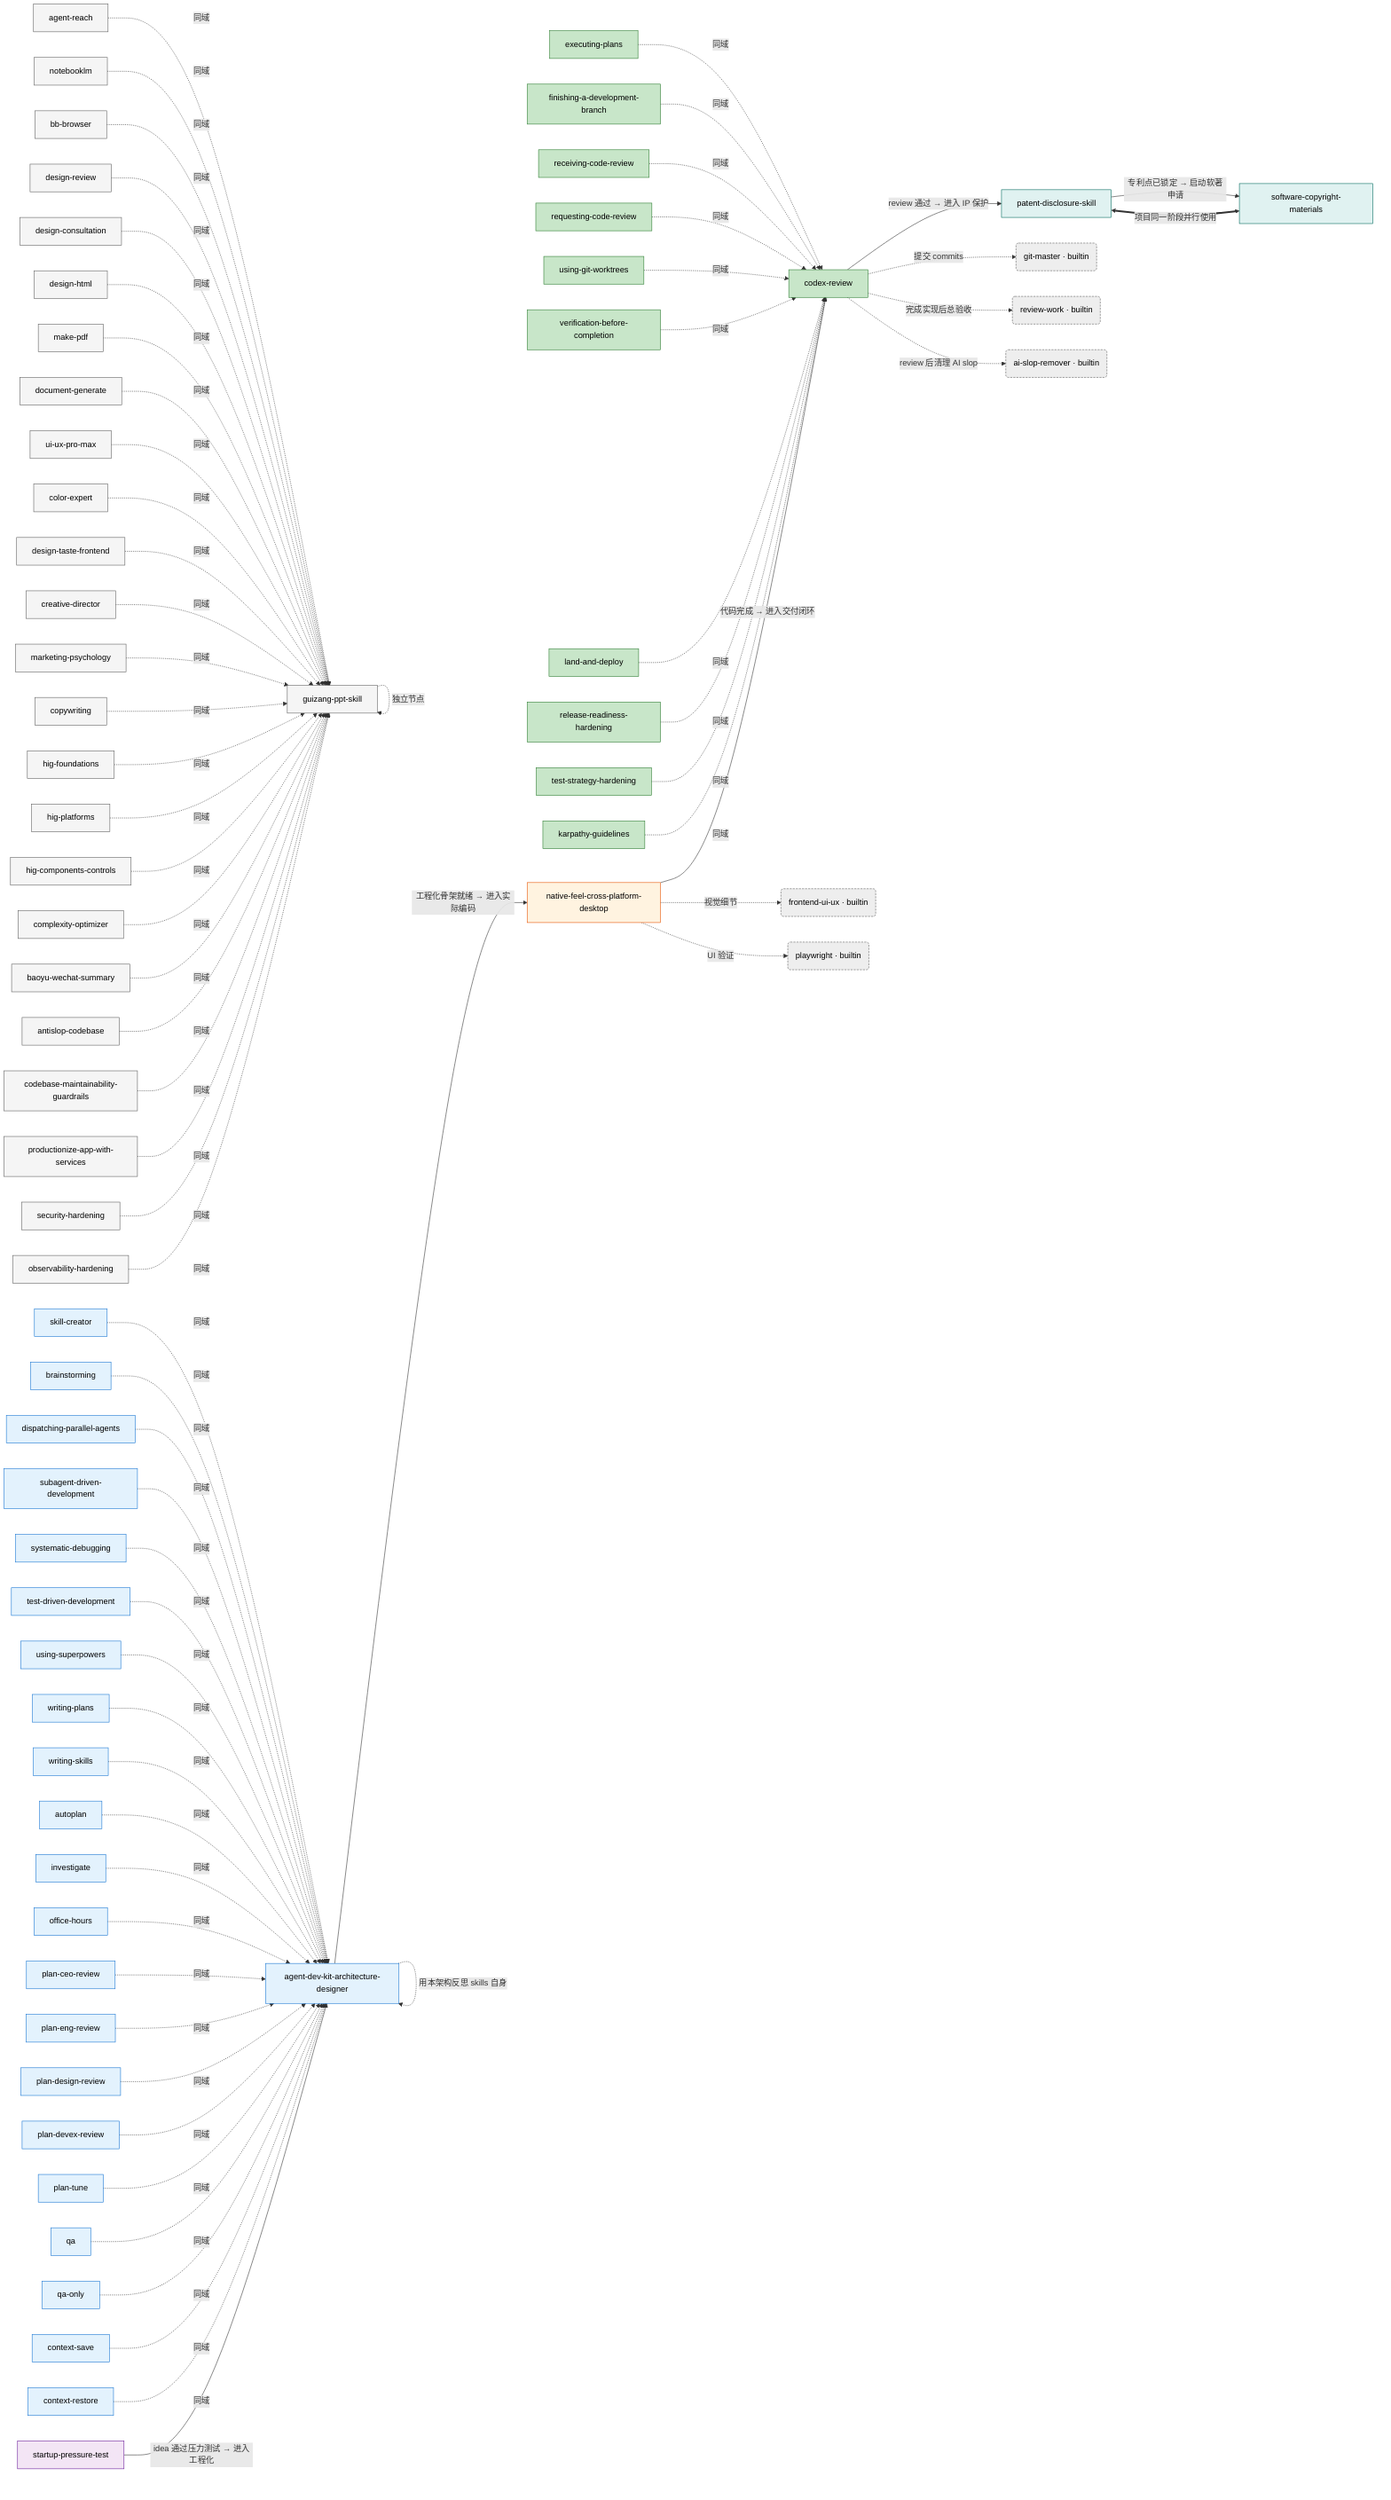
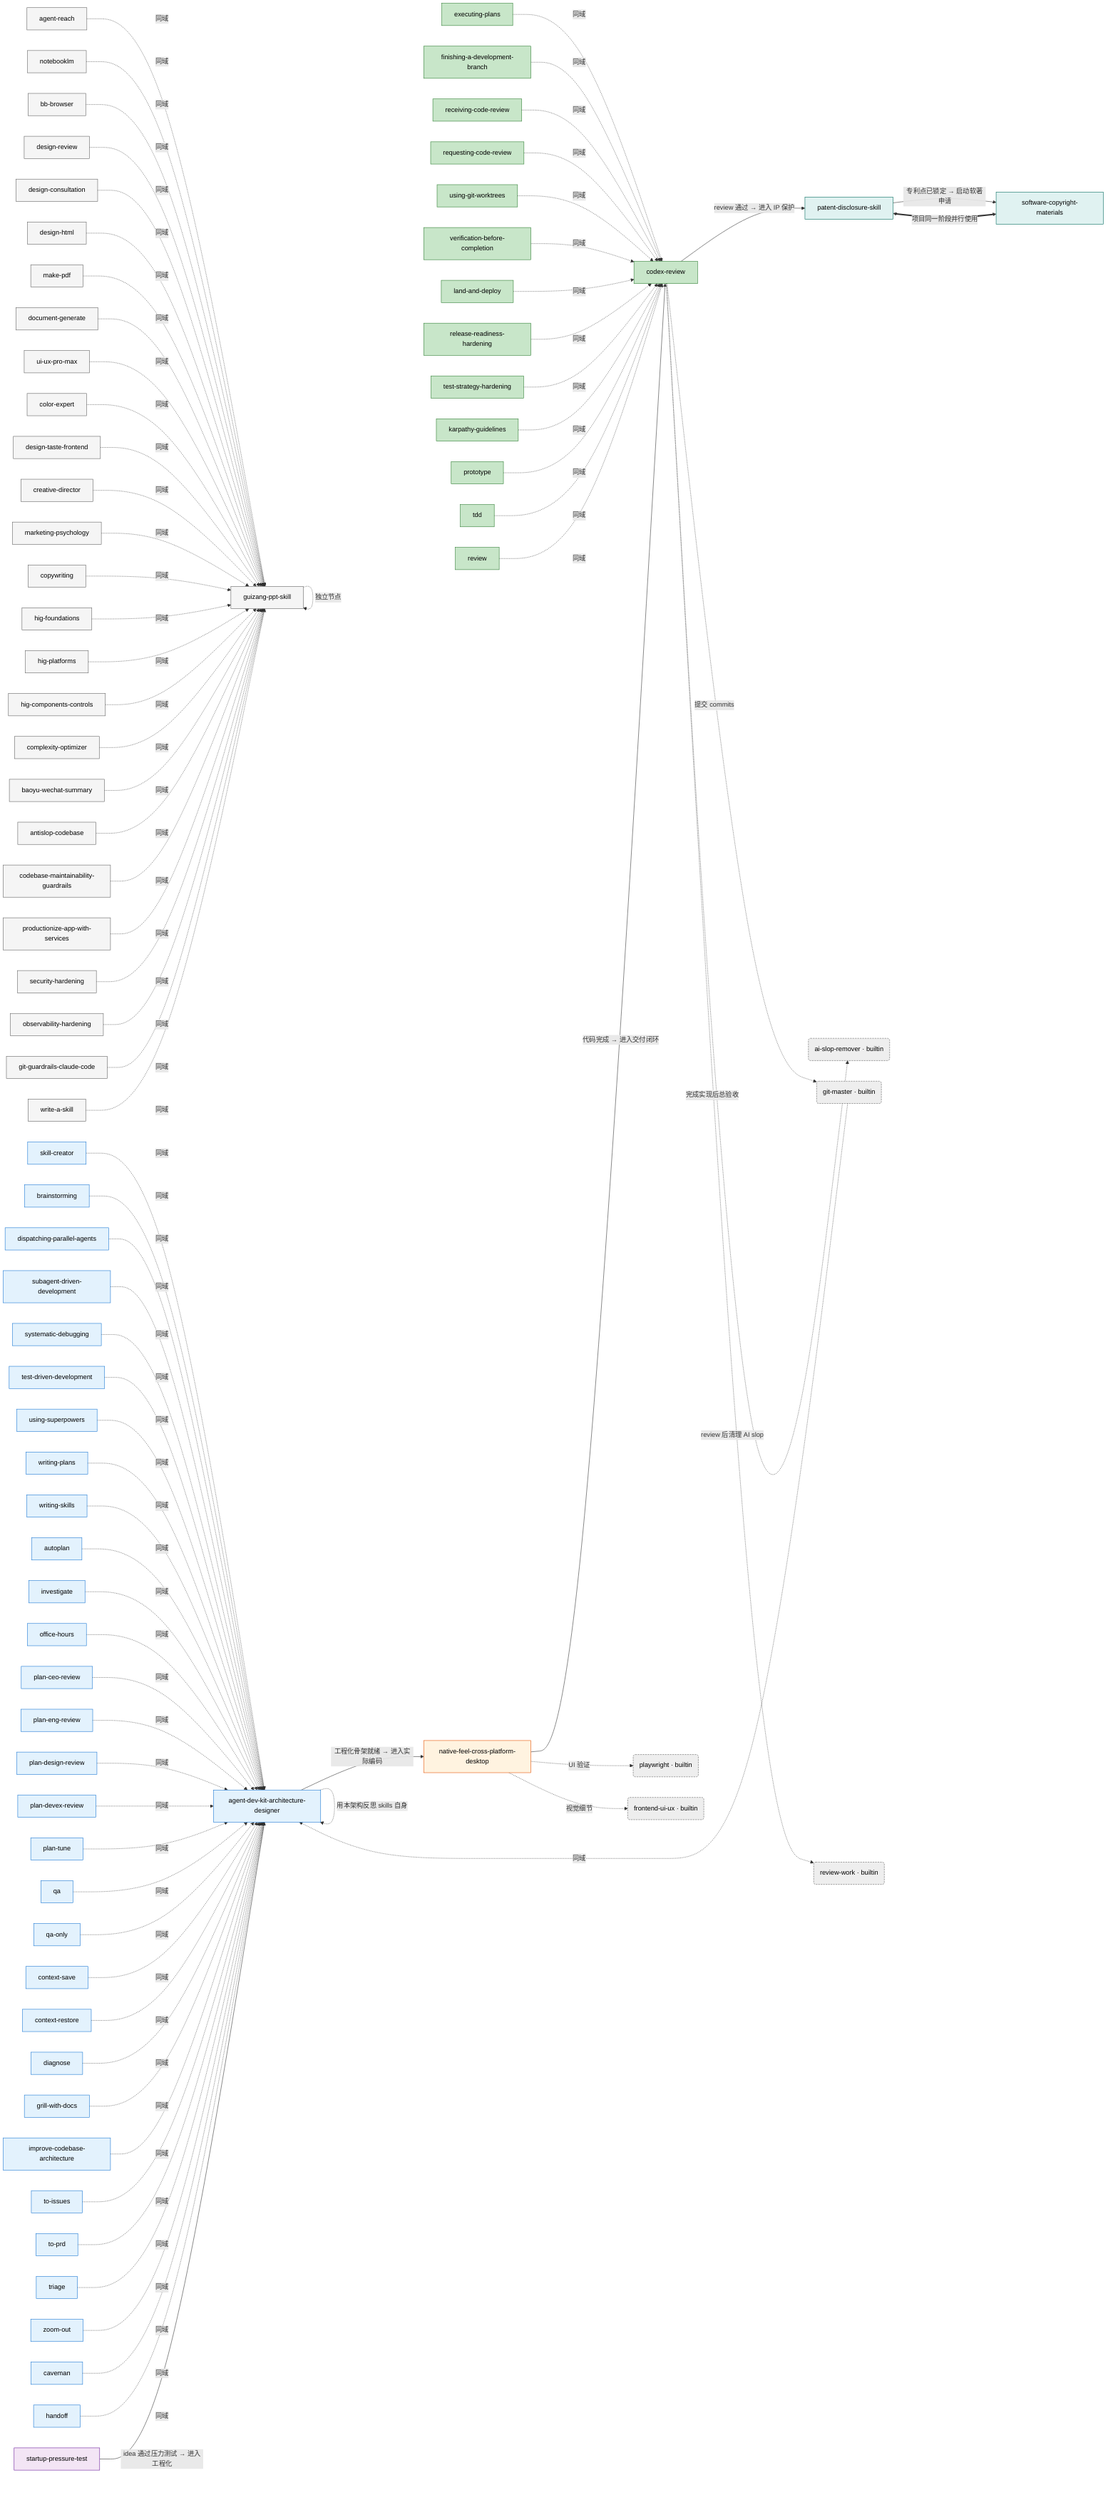
flowchart LR
    %% Class definitions for color coding
    classDef metaDomain fill:#e3f2fd,stroke:#1976d2,color:#000
    classDef closeoutDomain fill:#c8e6c9,stroke:#2e7d32,color:#000
    classDef desktopDomain fill:#fff3e0,stroke:#e65100,color:#000
    classDef founderDomain fill:#f3e5f5,stroke:#6a1b9a,color:#000
    classDef ipDomain fill:#e0f2f1,stroke:#00695c,color:#000
    classDef builtin fill:#eeeeee,stroke:#616161,color:#000,stroke-dasharray: 4 2
    classDef toolingDomain fill:#f5f5f5,stroke:#616161,color:#000

    %% Domain 1 - Meta
    ADK[agent-dev-kit-architecture-designer]:::metaDomain
    SC[skill-creator]:::metaDomain
    B[brainstorming]:::metaDomain
    DPA[dispatching-parallel-agents]:::metaDomain
    SDD[subagent-driven-development]:::metaDomain
    SD[systematic-debugging]:::metaDomain
    TDD[test-driven-development]:::metaDomain
    US[using-superpowers]:::metaDomain
    WP[writing-plans]:::metaDomain
    WS[writing-skills]:::metaDomain
    A[autoplan]:::metaDomain
    I[investigate]:::metaDomain
    OH[office-hours]:::metaDomain
    PCR[plan-ceo-review]:::metaDomain
    PER[plan-eng-review]:::metaDomain
    PDR[plan-design-review]:::metaDomain
    PDR2[plan-devex-review]:::metaDomain
    PT[plan-tune]:::metaDomain
    Q[qa]:::metaDomain
    QO[qa-only]:::metaDomain
    CS[context-save]:::metaDomain
    CR2[context-restore]:::metaDomain
+     D[diagnose]:::metaDomain
+     GWD[grill-with-docs]:::metaDomain
+     ICA[improve-codebase-architecture]:::metaDomain
+     TI[to-issues]:::metaDomain
+     TP[to-prd]:::metaDomain
+     T2[triage]:::metaDomain
+     ZO[zoom-out]:::metaDomain
+     C2[caveman]:::metaDomain
+     GM[grill-me]:::metaDomain
+     H[handoff]:::metaDomain

    %% Domain 2 - Closeout
    CR[codex-review]:::closeoutDomain
    EP[executing-plans]:::closeoutDomain
    FADB[finishing-a-development-branch]:::closeoutDomain
    RCR[receiving-code-review]:::closeoutDomain
    RCR2[requesting-code-review]:::closeoutDomain
    UGW[using-git-worktrees]:::closeoutDomain
    VBC[verification-before-completion]:::closeoutDomain
    LAD[land-and-deploy]:::closeoutDomain
    RRH[release-readiness-hardening]:::closeoutDomain
    TSH[test-strategy-hardening]:::closeoutDomain
    KG[karpathy-guidelines]:::closeoutDomain
+     P[prototype]:::closeoutDomain
+     T[tdd]:::closeoutDomain
+     R[review]:::closeoutDomain

    %% Domain 3 - Desktop
    NF[native-feel-cross-platform-desktop]:::desktopDomain

    %% Domain 4 - Founder
    SPT[startup-pressure-test]:::founderDomain

    %% Domain 5 - IP
    PAT[patent-disclosure-skill]:::ipDomain
    SCS[software-copyright-materials]:::ipDomain

    %% Tooling domain

    GPS[guizang-ppt-skill]:::toolingDomain

    %% Tooling domain

    AR[agent-reach]:::toolingDomain

    %% Tooling domain

    N[notebooklm]:::toolingDomain

    %% Tooling domain

    BB[bb-browser]:::toolingDomain

    %% Tooling domain

    DR[design-review]:::toolingDomain

    %% Tooling domain

    DC[design-consultation]:::toolingDomain

    %% Tooling domain

    DH[design-html]:::toolingDomain

    %% Tooling domain

    MP[make-pdf]:::toolingDomain

    %% Tooling domain

    DG[document-generate]:::toolingDomain

    %% Tooling domain

    UUPM[ui-ux-pro-max]:::toolingDomain

    %% Tooling domain

    CE[color-expert]:::toolingDomain

    %% Tooling domain

    DTF[design-taste-frontend]:::toolingDomain

    %% Tooling domain

    CD[creative-director]:::toolingDomain

    %% Tooling domain

    MP2[marketing-psychology]:::toolingDomain

    %% Tooling domain

    C[copywriting]:::toolingDomain

    %% Tooling domain

    HF[hig-foundations]:::toolingDomain

    %% Tooling domain

    HP[hig-platforms]:::toolingDomain

    %% Tooling domain

    HCC[hig-components-controls]:::toolingDomain

    %% Tooling domain

    CO[complexity-optimizer]:::toolingDomain

    %% Tooling domain

    BWS[baoyu-wechat-summary]:::toolingDomain

    %% Tooling domain

    AC[antislop-codebase]:::toolingDomain

    %% Tooling domain

    CMG[codebase-maintainability-guardrails]:::toolingDomain

    %% Tooling domain

    PAWS[productionize-app-with-services]:::toolingDomain

    %% Tooling domain

    SH[security-hardening]:::toolingDomain

    %% Tooling domain

    OH2[observability-hardening]:::toolingDomain
+ 
+     %% Tooling domain
+ 
+     GGCC[git-guardrails-claude-code]:::toolingDomain
+ 
+     %% Tooling domain
+ 
+     WAS[write-a-skill]:::toolingDomain

    %% Domain 6 - Builtin (referenced for context)
    GM(git-master · builtin):::builtin
    RW(review-work · builtin):::builtin
    ASR(ai-slop-remover · builtin):::builtin
    FE(frontend-ui-ux · builtin):::builtin
    PW(playwright · builtin):::builtin
    GPS -. "独立节点" .-> GPS
    SC -. "同域" .-> ADK
    AR -. "同域" .-> GPS
    B -. "同域" .-> ADK
    DPA -. "同域" .-> ADK
    EP -. "同域" .-> CR
    FADB -. "同域" .-> CR
    RCR -. "同域" .-> CR
    RCR2 -. "同域" .-> CR
    SDD -. "同域" .-> ADK
    SD -. "同域" .-> ADK
    TDD -. "同域" .-> ADK
    UGW -. "同域" .-> CR
    US -. "同域" .-> ADK
    VBC -. "同域" .-> CR
    WP -. "同域" .-> ADK
    WS -. "同域" .-> ADK
    N -. "同域" .-> GPS
    BB -. "同域" .-> GPS
    A -. "同域" .-> ADK
    I -. "同域" .-> ADK
    LAD -. "同域" .-> CR
    OH -. "同域" .-> ADK
    PCR -. "同域" .-> ADK
    PER -. "同域" .-> ADK
    PDR -. "同域" .-> ADK
    PDR2 -. "同域" .-> ADK
    PT -. "同域" .-> ADK
    Q -. "同域" .-> ADK
    QO -. "同域" .-> ADK
    DR -. "同域" .-> GPS
    DC -. "同域" .-> GPS
    DH -. "同域" .-> GPS
    CS -. "同域" .-> ADK
    CR2 -. "同域" .-> ADK
    MP -. "同域" .-> GPS
    DG -. "同域" .-> GPS
    UUPM -. "同域" .-> GPS
    CE -. "同域" .-> GPS
    DTF -. "同域" .-> GPS
    CD -. "同域" .-> GPS
    MP2 -. "同域" .-> GPS
    C -. "同域" .-> GPS
    HF -. "同域" .-> GPS
    HP -. "同域" .-> GPS
    HCC -. "同域" .-> GPS
    CO -. "同域" .-> GPS
    BWS -. "同域" .-> GPS
    AC -. "同域" .-> GPS
    CMG -. "同域" .-> GPS
    PAWS -. "同域" .-> GPS
    SH -. "同域" .-> GPS
    OH2 -. "同域" .-> GPS
    RRH -. "同域" .-> CR
    TSH -. "同域" .-> CR
    KG -. "同域" .-> CR
+     D -. "同域" .-> ADK
+     GWD -. "同域" .-> ADK
+     ICA -. "同域" .-> ADK
+     P -. "同域" .-> CR
+     T -. "同域" .-> CR
+     TI -. "同域" .-> ADK
+     TP -. "同域" .-> ADK
+     T2 -. "同域" .-> ADK
+     ZO -. "同域" .-> ADK
+     R -. "同域" .-> CR
+     GGCC -. "同域" .-> GPS
+     C2 -. "同域" .-> ADK
+     GM -. "同域" .-> ADK
+     H -. "同域" .-> ADK
+     WAS -. "同域" .-> GPS

    %% --- Lifecycle flows ---

    %% Founder lifecycle: idea -> meta-design -> code -> review -> ship -> IP
    SPT -- "idea 通过压力测试 → 进入工程化" --> ADK
    ADK -- "工程化骨架就绪 → 进入实际编码" --> NF
    NF -- "代码完成 → 进入交付闭环" --> CR
    CR -- "review 通过 → 进入 IP 保护" --> PAT
    PAT -- "专利点已锁定 → 启动软著申请" --> SCS

    %% --- Cross-domain reinforcements ---

    %% Desktop work strongly benefits from playwright (UI verification) + frontend-ui-ux
    NF -. "UI 验证" .-> PW
    NF -. "视觉细节" .-> FE

    %% Closeout chains
    CR -. "提交 commits" .-> GM
    CR -. "review 后清理 AI slop" .-> ASR
    CR -. "完成实现后总验收" .-> RW

    %% Meta-engineering applies recursively
    ADK -. "用本架构反思 skills 自身" .-> ADK

    %% IP duo internal coupling
    PAT <==> |"项目同一阶段并行使用"| SCS
